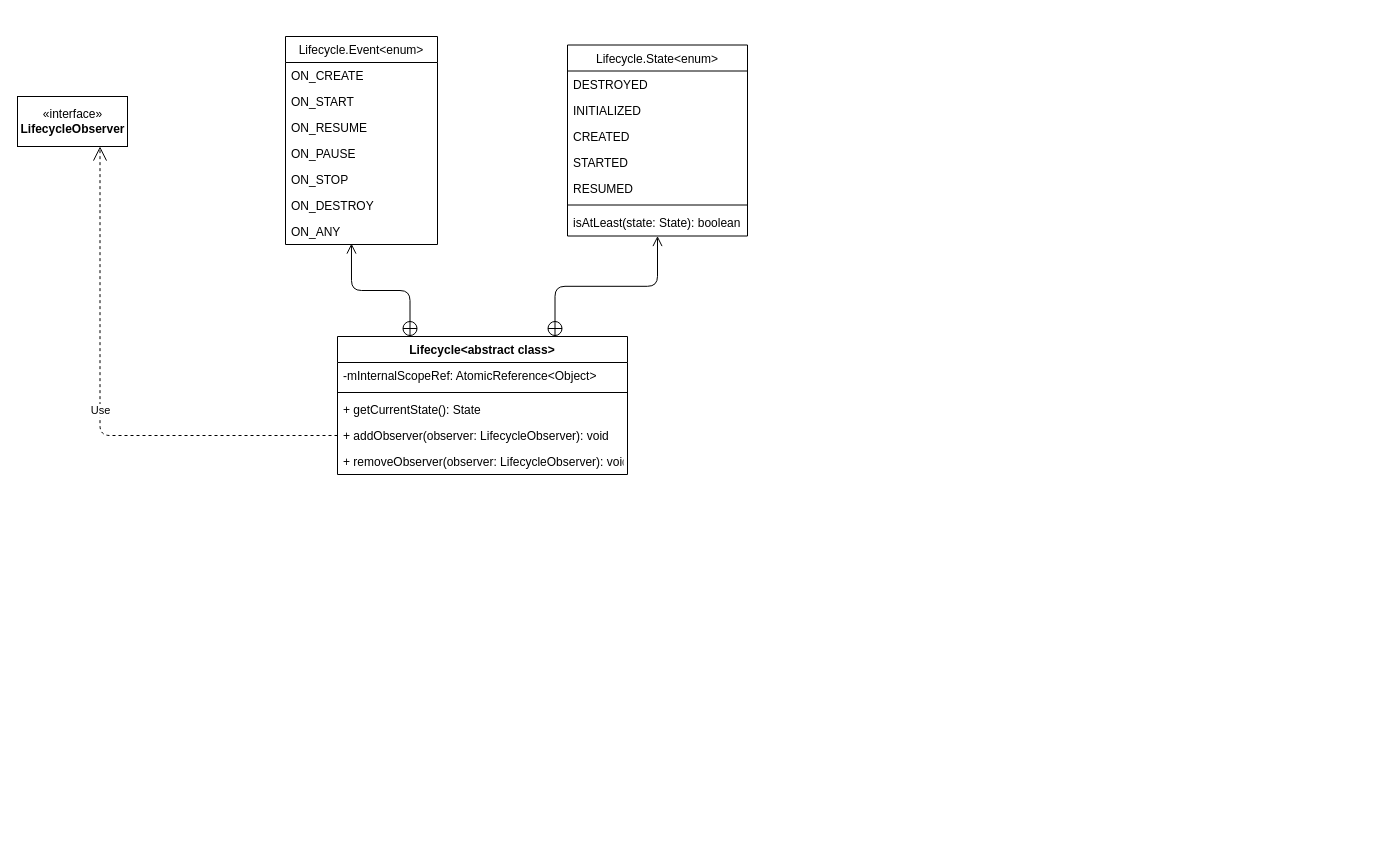
Eanam/PointlessDiagram keeps this draw.io diagram as LIfecycle.drawio. Above is the earlier version. Source tidied: cells renumbered, new cells numbered last; positions are measured from the earlier drawing's top-left corner, leaving out a move shared by most shapes. Both pictures are drawn from the tidied source at 100%, with x=0, y=0 at pixel (17, 36).
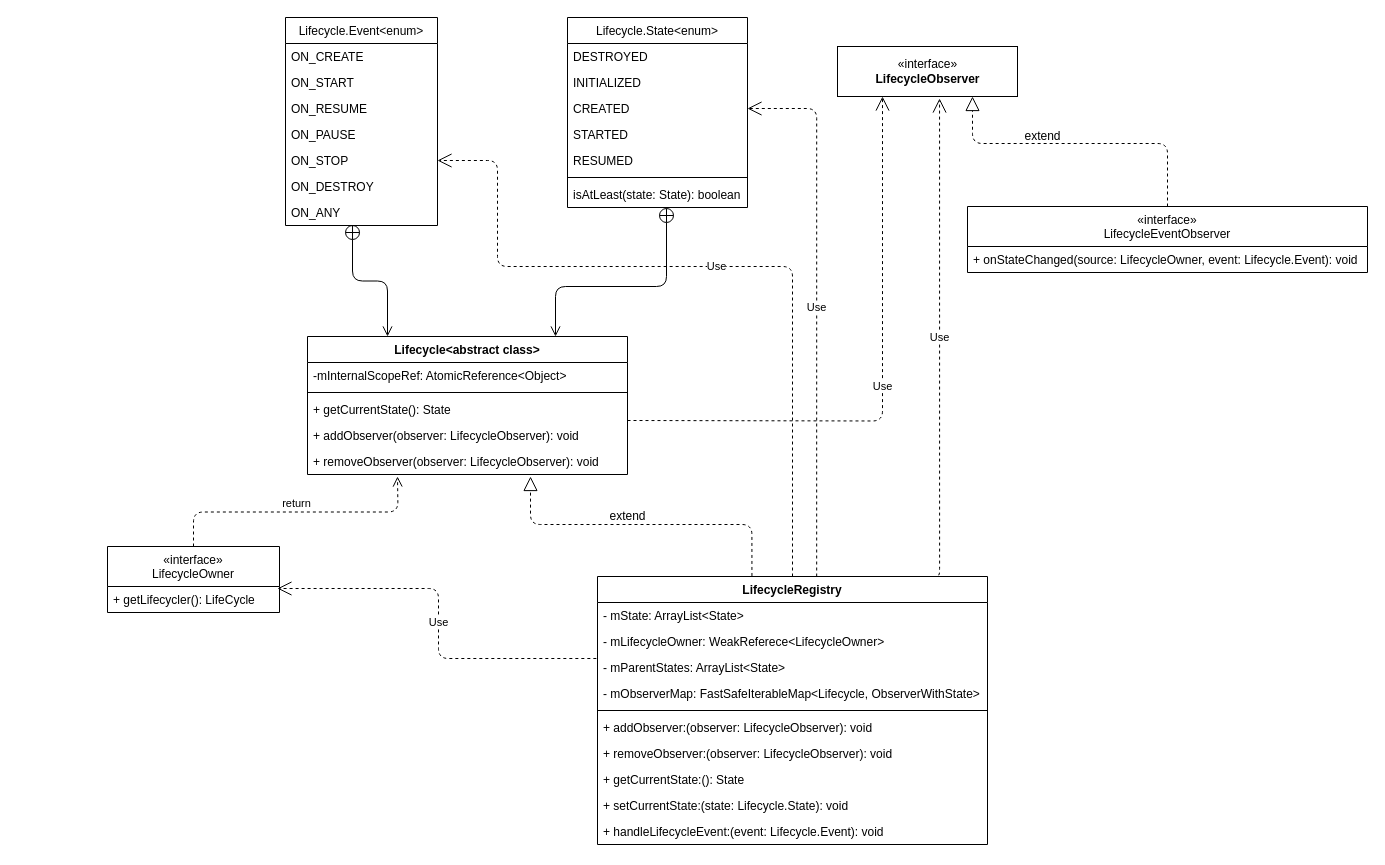
Above is the later version.

The change refers to these unchanged cells:
```xml
<mxCell id="7" value="ON_STOP" style="text;align=left;verticalAlign=top;spacingLeft=4;spacingRight=4;overflow=hidden;points=[[0,0.5],[1,0.5]];portConstraint=eastwest;rounded=0;shadow=0;html=0;" parent="2" vertex="1">
  <mxGeometry y="130" width="152" height="26" as="geometry" />
</mxCell>
<mxCell id="9" value="ON_ANY" style="text;align=left;verticalAlign=top;spacingLeft=4;spacingRight=4;overflow=hidden;points=[[0,0.5],[1,0.5]];portConstraint=eastwest;rounded=0;shadow=0;html=0;" parent="2" vertex="1">
  <mxGeometry y="182" width="152" height="26" as="geometry" />
</mxCell>
<mxCell id="13" value="CREATED" style="text;align=left;verticalAlign=top;spacingLeft=4;spacingRight=4;overflow=hidden;points=[[0,0.5],[1,0.5]];portConstraint=eastwest;rounded=0;shadow=0;html=0;" parent="10" vertex="1">
  <mxGeometry y="78" width="180" height="26" as="geometry" />
</mxCell>
<mxCell id="17" value="isAtLeast(state: State): boolean" style="text;align=left;verticalAlign=top;spacingLeft=4;spacingRight=4;overflow=hidden;points=[[0,0.5],[1,0.5]];portConstraint=eastwest;rounded=0;shadow=0;html=0;" parent="10" vertex="1">
  <mxGeometry y="164" width="180" height="26" as="geometry" />
</mxCell>
```

Diff of the diagram source:
```diff
@@
     <mxCell id="2" value="Lifecycle.Event&lt;enum&gt;" style="swimlane;fontStyle=0;align=center;verticalAlign=top;horizontal=1;startSize=26;rounded=0;shadow=0;strokeWidth=1;" parent="1" vertex="1">
-      <mxGeometry x="268" width="152" height="208" as="geometry" />
+      <mxGeometry x="268" y="-19" width="152" height="208" as="geometry" />
     </mxCell>
@@
     <mxCell id="10" value="Lifecycle.State&lt;enum&gt;" style="swimlane;fontStyle=0;align=center;verticalAlign=top;horizontal=1;startSize=26;rounded=0;shadow=0;strokeWidth=1;" parent="1" vertex="1">
-      <mxGeometry x="550" y="8.5" width="180" height="191" as="geometry" />
+      <mxGeometry x="550" y="-19" width="180" height="190" as="geometry" />
     </mxCell>
@@
     <mxCell id="18" value="Lifecycle&lt;abstract class&gt;" style="swimlane;fontStyle=1;align=center;verticalAlign=top;horizontal=1;startSize=26;" parent="1" vertex="1">
-      <mxGeometry x="320" y="300" width="290" height="138" as="geometry" />
+      <mxGeometry x="290" y="300" width="320" height="138" as="geometry" />
     </mxCell>
     <mxCell id="19" value="-mInternalScopeRef: AtomicReference&lt;Object&gt;" style="text;strokeColor=none;fillColor=none;align=left;verticalAlign=top;spacingLeft=4;spacingRight=4;overflow=hidden;" parent="18" vertex="1">
-      <mxGeometry y="26" width="290" height="26" as="geometry" />
+      <mxGeometry y="26" width="320" height="26" as="geometry" />
     </mxCell>
     <mxCell id="20" style="line;strokeWidth=1;fillColor=none;align=left;verticalAlign=middle;spacingTop=-1;spacingLeft=3;spacingRight=3;labelPosition=right;" parent="18" vertex="1">
-      <mxGeometry y="52" width="290" height="8" as="geometry" />
+      <mxGeometry y="52" width="320" height="8" as="geometry" />
     </mxCell>
     <mxCell id="21" value="+ getCurrentState(): State" style="text;strokeColor=none;fillColor=none;align=left;verticalAlign=top;spacingLeft=4;spacingRight=4;overflow=hidden;" parent="18" vertex="1">
-      <mxGeometry y="60" width="290" height="26" as="geometry" />
+      <mxGeometry y="60" width="320" height="26" as="geometry" />
     </mxCell>
     <mxCell id="22" value="+ addObserver(observer: LifecycleObserver): void" style="text;strokeColor=none;fillColor=none;align=left;verticalAlign=top;spacingLeft=4;spacingRight=4;overflow=hidden;points=[[0,0.5],[1,0.5]];portConstraint=eastwest;" parent="18" vertex="1">
-      <mxGeometry y="86" width="290" height="26" as="geometry" />
+      <mxGeometry y="86" width="320" height="26" as="geometry" />
     </mxCell>
     <mxCell id="23" value="+ removeObserver(observer: LifecycleObserver): void" style="text;strokeColor=none;fillColor=none;align=left;verticalAlign=top;spacingLeft=4;spacingRight=4;overflow=hidden;" parent="18" vertex="1">
-      <mxGeometry y="112" width="290" height="26" as="geometry" />
+      <mxGeometry y="112" width="320" height="26" as="geometry" />
     </mxCell>
-    <mxCell id="24" style="endArrow=open;startArrow=circlePlus;endFill=0;startFill=0;endSize=8;html=1;exitX=0.25;exitY=0;exitDx=0;exitDy=0;entryX=0.434;entryY=0.962;entryDx=0;entryDy=0;entryPerimeter=0;edgeStyle=orthogonalEdgeStyle;" parent="1" edge="1" source="18" target="9">
+    <mxCell id="24" style="endArrow=open;startArrow=circlePlus;endFill=0;startFill=0;endSize=8;html=1;entryX=0.25;entryY=0;entryDx=0;entryDy=0;edgeStyle=orthogonalEdgeStyle;exitX=0.441;exitY=0.962;exitDx=0;exitDy=0;exitPerimeter=0;" parent="1" edge="1" source="9" target="18">
       <mxGeometry relative="1" as="geometry" />
     </mxCell>
-    <mxCell id="25" style="endArrow=open;startArrow=circlePlus;endFill=0;startFill=0;endSize=8;html=1;exitX=0.75;exitY=0;exitDx=0;exitDy=0;entryX=0.5;entryY=1;entryDx=0;entryDy=0;edgeStyle=orthogonalEdgeStyle;" parent="1" edge="1" source="18" target="10">
-      <mxGeometry relative="1" as="geometry" />
+    <mxCell id="25" style="endArrow=open;startArrow=circlePlus;endFill=0;startFill=0;endSize=8;html=1;edgeStyle=orthogonalEdgeStyle;" parent="1" edge="1" source="17">
+      <mxGeometry relative="1" as="geometry">
+        <mxPoint x="538" y="300" as="targetPoint" />
+        <Array as="points">
+          <mxPoint x="649" y="250" />
+          <mxPoint x="538" y="250" />
+        </Array>
+      </mxGeometry>
     </mxCell>
+    <mxCell id="27" value="Use" style="endArrow=open;endSize=12;dashed=1;html=1;entryX=0.25;entryY=1;entryDx=0;entryDy=0;edgeStyle=orthogonalEdgeStyle;" parent="1" edge="1" target="26">
+      <mxGeometry relative="1" as="geometry">
+        <mxPoint x="610" y="384" as="sourcePoint" />
+      </mxGeometry>
+    </mxCell>
+    <mxCell id="28" value="«interface»&#10;LifecycleOwner" style="swimlane;fontStyle=0;horizontal=1;startSize=40;fillColor=none;" parent="1" vertex="1">
+      <mxGeometry x="90" y="510" width="172" height="66" as="geometry" />
+    </mxCell>
+    <mxCell id="29" value="+ getLifecycler(): LifeCycle" style="text;strokeColor=none;fillColor=none;align=left;verticalAlign=top;spacingLeft=4;spacingRight=4;overflow=hidden;points=[[0,0.5],[1,0.5]];portConstraint=eastwest;" parent="28" vertex="1">
+      <mxGeometry y="40" width="172" height="26" as="geometry" />
+    </mxCell>
+    <mxCell id="30" value="return" style="html=1;verticalAlign=bottom;endArrow=open;dashed=1;endSize=8;exitX=0.5;exitY=0;exitDx=0;exitDy=0;edgeStyle=orthogonalEdgeStyle;" parent="1" edge="1" source="28">
+      <mxGeometry relative="1" as="geometry">
+        <mxPoint x="380" y="440" as="targetPoint" />
+      </mxGeometry>
+    </mxCell>
+    <mxCell id="31" value="LifecycleRegistry" style="swimlane;fontStyle=1;align=center;verticalAlign=top;horizontal=1;startSize=26;" parent="1" vertex="1">
+      <mxGeometry x="580" y="540" width="390" height="268" as="geometry" />
+    </mxCell>
+    <mxCell id="32" value="- mState: ArrayList&lt;State&gt;" style="text;strokeColor=none;fillColor=none;align=left;verticalAlign=top;spacingLeft=4;spacingRight=4;overflow=hidden;" parent="31" vertex="1">
+      <mxGeometry y="26" width="390" height="26" as="geometry" />
+    </mxCell>
+    <mxCell id="33" value="- mLifecycleOwner: WeakReferece&lt;LifecycleOwner&gt;" style="text;strokeColor=none;fillColor=none;align=left;verticalAlign=top;spacingLeft=4;spacingRight=4;overflow=hidden;points=[[0,0.5],[1,0.5]];portConstraint=eastwest;" parent="31" vertex="1">
+      <mxGeometry y="52" width="390" height="26" as="geometry" />
+    </mxCell>
+    <mxCell id="34" value="- mParentStates: ArrayList&lt;State&gt;" style="text;strokeColor=none;fillColor=none;align=left;verticalAlign=top;spacingLeft=4;spacingRight=4;overflow=hidden;" parent="31" vertex="1">
+      <mxGeometry y="78" width="390" height="26" as="geometry" />
+    </mxCell>
+    <mxCell id="35" value="- mObserverMap: FastSafeIterableMap&lt;Lifecycle, ObserverWithState&gt;" style="text;strokeColor=none;fillColor=none;align=left;verticalAlign=top;spacingLeft=4;spacingRight=4;overflow=hidden;" parent="31" vertex="1">
+      <mxGeometry y="104" width="390" height="26" as="geometry" />
+    </mxCell>
+    <mxCell id="36" style="line;strokeWidth=1;fillColor=none;align=left;verticalAlign=middle;spacingTop=-1;spacingLeft=3;spacingRight=3;labelPosition=right;" parent="31" vertex="1">
+      <mxGeometry y="130" width="390" height="8" as="geometry" />
+    </mxCell>
+    <mxCell id="37" value="+ addObserver:(observer: LifecycleObserver): void" style="text;strokeColor=none;fillColor=none;align=left;verticalAlign=top;spacingLeft=4;spacingRight=4;overflow=hidden;" parent="31" vertex="1">
+      <mxGeometry y="138" width="390" height="26" as="geometry" />
+    </mxCell>
+    <mxCell id="38" value="+ removeObserver:(observer: LifecycleObserver): void" style="text;strokeColor=none;fillColor=none;align=left;verticalAlign=top;spacingLeft=4;spacingRight=4;overflow=hidden;" parent="31" vertex="1">
+      <mxGeometry y="164" width="390" height="26" as="geometry" />
+    </mxCell>
+    <mxCell id="39" value="+ getCurrentState:(): State" style="text;strokeColor=none;fillColor=none;align=left;verticalAlign=top;spacingLeft=4;spacingRight=4;overflow=hidden;" parent="31" vertex="1">
+      <mxGeometry y="190" width="390" height="26" as="geometry" />
+    </mxCell>
+    <mxCell id="40" value="+ setCurrentState:(state: Lifecycle.State): void" style="text;strokeColor=none;fillColor=none;align=left;verticalAlign=top;spacingLeft=4;spacingRight=4;overflow=hidden;" parent="31" vertex="1">
+      <mxGeometry y="216" width="390" height="26" as="geometry" />
+    </mxCell>
+    <mxCell id="41" value="+ handleLifecycleEvent:(event: Lifecycle.Event): void" style="text;strokeColor=none;fillColor=none;align=left;verticalAlign=top;spacingLeft=4;spacingRight=4;overflow=hidden;" parent="31" vertex="1">
+      <mxGeometry y="242" width="390" height="26" as="geometry" />
+    </mxCell>
+    <mxCell id="42" style="endArrow=block;dashed=1;endFill=0;endSize=12;html=1;edgeStyle=orthogonalEdgeStyle;exitX=0.396;exitY=-0.002;exitDx=0;exitDy=0;exitPerimeter=0;" parent="1" edge="1" source="31">
+      <mxGeometry relative="1" as="geometry">
+        <mxPoint x="513" y="440" as="targetPoint" />
+        <Array as="points">
+          <mxPoint x="734" y="488" />
+          <mxPoint x="513" y="488" />
+        </Array>
+      </mxGeometry>
+    </mxCell>
+    <mxCell id="43" value="extend" style="text;html=1;align=center;verticalAlign=middle;strokeColor=none;" parent="1" vertex="1">
+      <mxGeometry x="585" y="470" width="50" height="20" as="geometry" />
+    </mxCell>
+    <mxCell id="44" value="Use" style="endArrow=open;endSize=12;dashed=1;html=1;exitX=-0.003;exitY=1.154;exitDx=0;exitDy=0;entryX=0.988;entryY=0.077;entryDx=0;entryDy=0;edgeStyle=orthogonalEdgeStyle;exitPerimeter=0;entryPerimeter=0;" parent="1" edge="1" source="33" target="29">
+      <mxGeometry relative="1" as="geometry" />
+    </mxCell>
+    <mxCell id="45" value="Use" style="endArrow=open;endSize=12;dashed=1;html=1;exitX=0.562;exitY=0;exitDx=0;exitDy=0;entryX=1;entryY=0.5;entryDx=0;entryDy=0;edgeStyle=orthogonalEdgeStyle;exitPerimeter=0;" parent="1" edge="1" source="31" target="13">
+      <mxGeometry relative="1" as="geometry">
+        <Array as="points">
+          <mxPoint x="799" y="72" />
+        </Array>
+      </mxGeometry>
+    </mxCell>
     <mxCell id="26" value="«interface»&lt;br&gt;&lt;b&gt;LifecycleObserver&lt;/b&gt;" style="html=1;" parent="1" vertex="1">
-      <mxGeometry y="60" width="110" height="50" as="geometry" />
+      <mxGeometry x="820" y="10" width="180" height="50" as="geometry" />
     </mxCell>
-    <mxCell id="27" value="Use" style="endArrow=open;endSize=12;dashed=1;html=1;exitX=0;exitY=0.5;exitDx=0;exitDy=0;entryX=0.75;entryY=1;entryDx=0;entryDy=0;edgeStyle=orthogonalEdgeStyle;" parent="1" edge="1" source="22" target="26">
-      <mxGeometry relative="1" as="geometry" />
-    </mxCell>
+    <mxCell id="46" value="«interface»&#10;LifecycleEventObserver" style="swimlane;fontStyle=0;horizontal=1;startSize=40;fillColor=none;" parent="1" vertex="1">
+      <mxGeometry x="950" y="170" width="400" height="66" as="geometry" />
+    </mxCell>
+    <mxCell id="47" value="+ onStateChanged(source: LifecycleOwner, event: Lifecycle.Event): void" style="text;strokeColor=none;fillColor=none;align=left;verticalAlign=top;spacingLeft=4;spacingRight=4;overflow=hidden;" parent="46" vertex="1">
+      <mxGeometry y="40" width="400" height="26" as="geometry" />
+    </mxCell>
+    <mxCell id="48" style="endArrow=block;dashed=1;endFill=0;endSize=12;html=1;exitX=0.5;exitY=0;exitDx=0;exitDy=0;entryX=0.75;entryY=1;entryDx=0;entryDy=0;edgeStyle=orthogonalEdgeStyle;" parent="1" edge="1" source="46" target="26">
+      <mxGeometry relative="1" as="geometry">
+        <Array as="points">
+          <mxPoint x="1150" y="107" />
+          <mxPoint x="955" y="107" />
+        </Array>
+      </mxGeometry>
+    </mxCell>
+    <mxCell id="49" value="extend" style="text;html=1;align=center;verticalAlign=middle;strokeColor=none;" parent="1" vertex="1">
+      <mxGeometry x="1000" y="90" width="50" height="20" as="geometry" />
+    </mxCell>
+    <mxCell id="50" value="Use" style="endArrow=open;endSize=12;dashed=1;html=1;entryX=0.567;entryY=1.04;entryDx=0;entryDy=0;edgeStyle=orthogonalEdgeStyle;entryPerimeter=0;exitX=0.874;exitY=-0.006;exitDx=0;exitDy=0;exitPerimeter=0;" parent="1" edge="1" source="31" target="26">
+      <mxGeometry relative="1" as="geometry">
+        <Array as="points">
+          <mxPoint x="922" y="539" />
+        </Array>
+      </mxGeometry>
+    </mxCell>
+    <mxCell id="51" value="Use" style="endArrow=open;endSize=12;dashed=1;html=1;exitX=0.5;exitY=0;exitDx=0;exitDy=0;entryX=1;entryY=0.5;entryDx=0;entryDy=0;edgeStyle=orthogonalEdgeStyle;" parent="1" edge="1" source="31" target="7">
+      <mxGeometry relative="1" as="geometry">
+        <Array as="points">
+          <mxPoint x="775" y="230" />
+          <mxPoint x="480" y="230" />
+          <mxPoint x="480" y="124" />
+        </Array>
+      </mxGeometry>
+    </mxCell>
```
